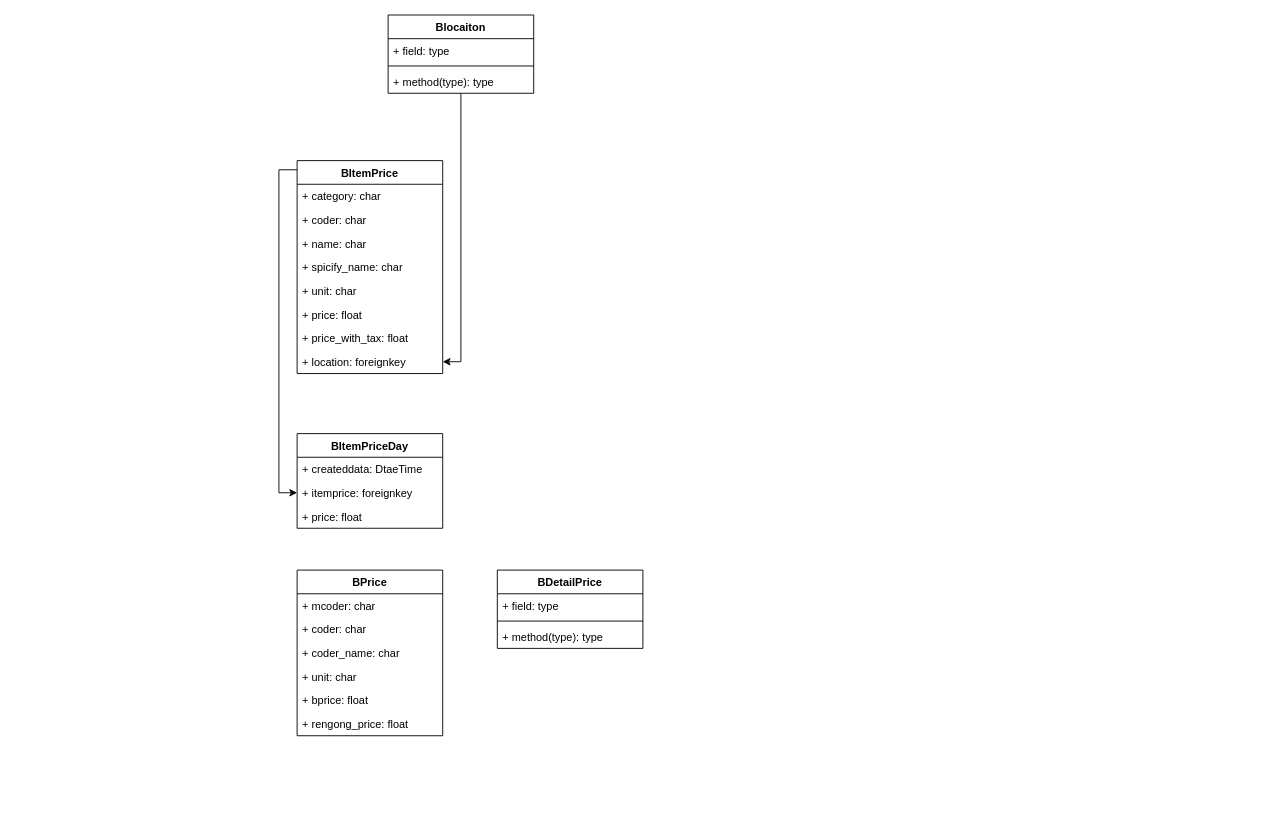
Earlier version of the draw.io diagram CaiLiaoPrice.drawio (gaochaowyq/MinderGraph). Source tidied: cells renumbered, new cells numbered last; positions are measured from the earlier drawing's top-left corner, leaving out a move shared by most shapes. Both pictures are drawn from the tidied source at 91%, with x=0, y=0 at pixel (297, 15).
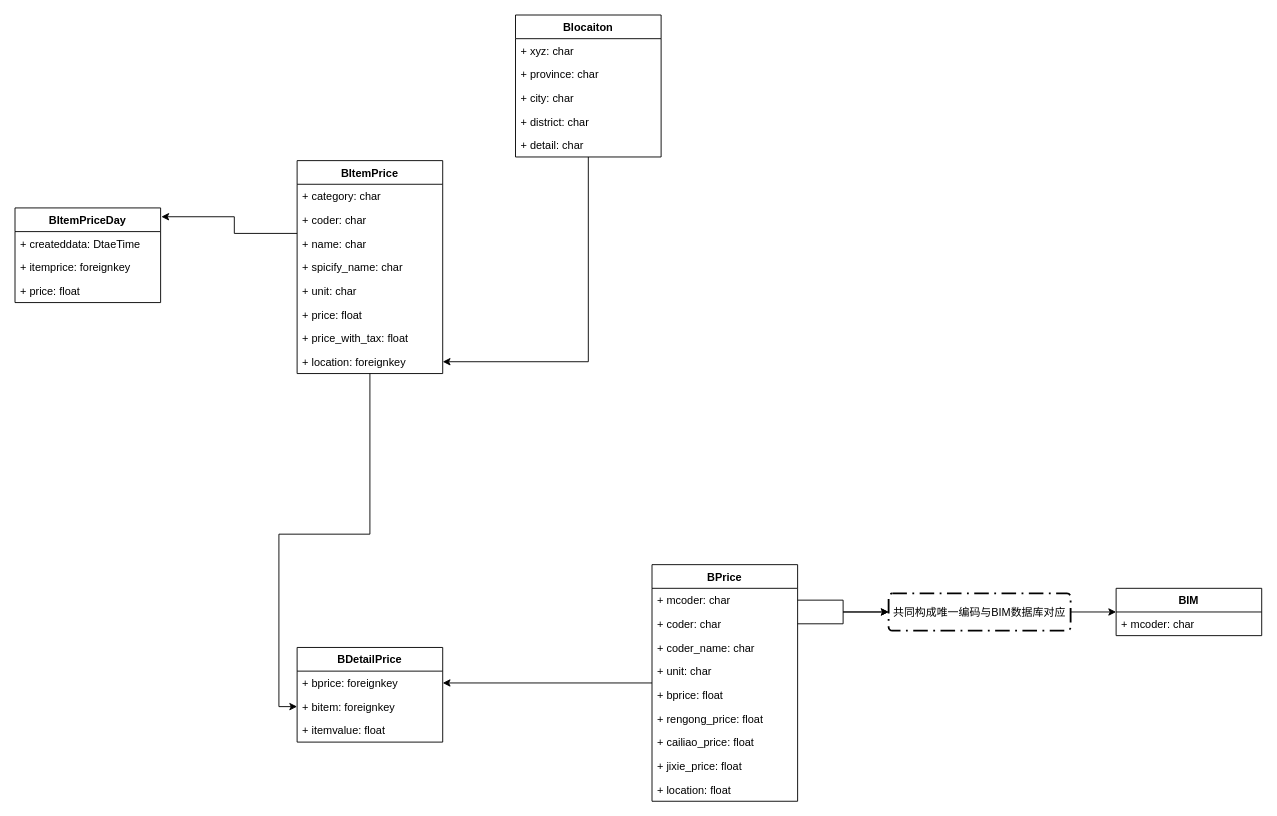
After the change.

The change refers to these unchanged cells:
```xml
<mxCell id="8" value="BItemPrice" style="swimlane;fontStyle=1;align=center;verticalAlign=top;horizontal=1;startSize=26;" parent="1" vertex="1">
  <mxGeometry y="160" width="160" height="234" as="geometry" />
</mxCell>
<mxCell id="19" value="+ itemprice: foreignkey" style="text;strokeColor=none;fillColor=none;align=left;verticalAlign=top;spacingLeft=4;spacingRight=4;overflow=hidden;points=[[0,0.5],[1,0.5]];portConstraint=eastwest;" parent="17" vertex="1">
  <mxGeometry y="52" width="160" height="26" as="geometry" />
</mxCell>
<mxCell id="22" value="+ mcoder: char" style="text;strokeColor=none;fillColor=none;align=left;verticalAlign=top;spacingLeft=4;spacingRight=4;overflow=hidden;points=[[0,0.5],[1,0.5]];portConstraint=eastwest;" parent="21" vertex="1">
  <mxGeometry y="26" width="160" height="26" as="geometry" />
</mxCell>
<mxCell id="23" value="+ coder: char" style="text;strokeColor=none;fillColor=none;align=left;verticalAlign=top;spacingLeft=4;spacingRight=4;overflow=hidden;points=[[0,0.5],[1,0.5]];portConstraint=eastwest;" parent="21" vertex="1">
  <mxGeometry y="52" width="160" height="26" as="geometry" />
</mxCell>
```

What changed in the source:
```diff
@@
     <mxCell id="3" value="Blocaiton" style="swimlane;fontStyle=1;align=center;verticalAlign=top;horizontal=1;startSize=26;" parent="1" vertex="1">
-      <mxGeometry x="100" width="160" height="86" as="geometry" />
+      <mxGeometry x="240" width="160" height="156" as="geometry" />
     </mxCell>
-    <mxCell id="4" value="+ field: type" style="text;strokeColor=none;fillColor=none;align=left;verticalAlign=top;spacingLeft=4;spacingRight=4;overflow=hidden;" parent="3" vertex="1">
+    <mxCell id="4" value="+ xyz: char" style="text;strokeColor=none;fillColor=none;align=left;verticalAlign=top;spacingLeft=4;spacingRight=4;overflow=hidden;" parent="3" vertex="1">
       <mxGeometry y="26" width="160" height="26" as="geometry" />
     </mxCell>
-    <mxCell id="5" style="line;strokeWidth=1;fillColor=none;align=left;verticalAlign=middle;spacingTop=-1;spacingLeft=3;spacingRight=3;labelPosition=right;" parent="3" vertex="1">
-      <mxGeometry y="52" width="160" height="8" as="geometry" />
-    </mxCell>
-    <mxCell id="6" value="+ method(type): type" style="text;strokeColor=none;fillColor=none;align=left;verticalAlign=top;spacingLeft=4;spacingRight=4;overflow=hidden;" parent="3" vertex="1">
-      <mxGeometry y="60" width="160" height="26" as="geometry" />
-    </mxCell>
+    <mxCell id="32" value="+ province: char" style="text;strokeColor=none;fillColor=none;align=left;verticalAlign=top;spacingLeft=4;spacingRight=4;overflow=hidden;" parent="3" vertex="1">
+      <mxGeometry y="52" width="160" height="26" as="geometry" />
+    </mxCell>
+    <mxCell id="33" value="+ city: char" style="text;strokeColor=none;fillColor=none;align=left;verticalAlign=top;spacingLeft=4;spacingRight=4;overflow=hidden;" parent="3" vertex="1">
+      <mxGeometry y="78" width="160" height="26" as="geometry" />
+    </mxCell>
+    <mxCell id="34" value="+ district: char" style="text;strokeColor=none;fillColor=none;align=left;verticalAlign=top;spacingLeft=4;spacingRight=4;overflow=hidden;" parent="3" vertex="1">
+      <mxGeometry y="104" width="160" height="26" as="geometry" />
+    </mxCell>
+    <mxCell id="35" value="+ detail: char" style="text;strokeColor=none;fillColor=none;align=left;verticalAlign=top;spacingLeft=4;spacingRight=4;overflow=hidden;" parent="3" vertex="1">
+      <mxGeometry y="130" width="160" height="26" as="geometry" />
+    </mxCell>
-    <mxCell id="7" style="edgeStyle=orthogonalEdgeStyle;rounded=0;jettySize=auto;html=1;entryX=0;entryY=0.5;entryDx=0;entryDy=0;exitX=0;exitY=0.043;exitDx=0;exitDy=0;exitPerimeter=0;" parent="1" edge="1" source="8" target="19">
-      <mxGeometry relative="1" as="geometry" />
+    <mxCell id="7" style="edgeStyle=orthogonalEdgeStyle;rounded=0;jettySize=auto;html=1;entryX=1.005;entryY=0.093;entryDx=0;entryDy=0;entryPerimeter=0;" parent="1" edge="1" source="8" target="17">
+      <mxGeometry relative="1" as="geometry">
+        <Array as="points">
+          <mxPoint x="-69" y="240" />
+        </Array>
+      </mxGeometry>
     </mxCell>
@@
+    <mxCell id="36" style="edgeStyle=orthogonalEdgeStyle;rounded=0;jettySize=auto;html=1;entryX=0;entryY=0.5;entryDx=0;entryDy=0;" parent="1" edge="1" source="8" target="41">
+      <mxGeometry relative="1" as="geometry" />
+    </mxCell>
     <mxCell id="17" value="BItemPriceDay" style="swimlane;fontStyle=1;align=center;verticalAlign=top;horizontal=1;startSize=26;" parent="1" vertex="1">
-      <mxGeometry y="460" width="160" height="104" as="geometry" />
+      <mxGeometry x="-310" y="212" width="160" height="104" as="geometry" />
     </mxCell>
@@
+    <mxCell id="37" style="edgeStyle=orthogonalEdgeStyle;rounded=0;jettySize=auto;html=1;" parent="1" edge="1" source="21" target="29">
+      <mxGeometry relative="1" as="geometry" />
+    </mxCell>
     <mxCell id="21" value="BPrice" style="swimlane;fontStyle=1;align=center;verticalAlign=top;horizontal=1;startSize=26;" parent="1" vertex="1">
-      <mxGeometry y="610" width="160" height="182" as="geometry" />
+      <mxGeometry x="390" y="604" width="160" height="260" as="geometry" />
     </mxCell>
@@
+    <mxCell id="38" value="+ cailiao_price: float" style="text;strokeColor=none;fillColor=none;align=left;verticalAlign=top;spacingLeft=4;spacingRight=4;overflow=hidden;" parent="21" vertex="1">
+      <mxGeometry y="182" width="160" height="26" as="geometry" />
+    </mxCell>
+    <mxCell id="39" value="+ jixie_price: float" style="text;strokeColor=none;fillColor=none;align=left;verticalAlign=top;spacingLeft=4;spacingRight=4;overflow=hidden;" parent="21" vertex="1">
+      <mxGeometry y="208" width="160" height="26" as="geometry" />
+    </mxCell>
+    <mxCell id="40" value="+ location: float" style="text;strokeColor=none;fillColor=none;align=left;verticalAlign=top;spacingLeft=4;spacingRight=4;overflow=hidden;" parent="21" vertex="1">
+      <mxGeometry y="234" width="160" height="26" as="geometry" />
+    </mxCell>
     <mxCell id="28" value="BDetailPrice" style="swimlane;fontStyle=1;align=center;verticalAlign=top;horizontal=1;startSize=26;" parent="1" vertex="1">
-      <mxGeometry x="220" y="610" width="160" height="86" as="geometry" />
+      <mxGeometry y="695" width="160" height="104" as="geometry" />
     </mxCell>
-    <mxCell id="29" value="+ field: type" style="text;strokeColor=none;fillColor=none;align=left;verticalAlign=top;spacingLeft=4;spacingRight=4;overflow=hidden;points=[[0,0.5],[1,0.5]];portConstraint=eastwest;" parent="28" vertex="1">
+    <mxCell id="29" value="+ bprice: foreignkey" style="text;strokeColor=none;fillColor=none;align=left;verticalAlign=top;spacingLeft=4;spacingRight=4;overflow=hidden;points=[[0,0.5],[1,0.5]];portConstraint=eastwest;" parent="28" vertex="1">
       <mxGeometry y="26" width="160" height="26" as="geometry" />
     </mxCell>
-    <mxCell id="30" style="line;strokeWidth=1;fillColor=none;align=left;verticalAlign=middle;spacingTop=-1;spacingLeft=3;spacingRight=3;labelPosition=right;" parent="28" vertex="1">
-      <mxGeometry y="52" width="160" height="8" as="geometry" />
-    </mxCell>
-    <mxCell id="31" value="+ method(type): type" style="text;strokeColor=none;fillColor=none;align=left;verticalAlign=top;spacingLeft=4;spacingRight=4;overflow=hidden;" parent="28" vertex="1">
-      <mxGeometry y="60" width="160" height="26" as="geometry" />
-    </mxCell>
+    <mxCell id="41" value="+ bitem: foreignkey" style="text;strokeColor=none;fillColor=none;align=left;verticalAlign=top;spacingLeft=4;spacingRight=4;overflow=hidden;points=[[0,0.5],[1,0.5]];portConstraint=eastwest;" parent="28" vertex="1">
+      <mxGeometry y="52" width="160" height="26" as="geometry" />
+    </mxCell>
+    <mxCell id="42" value="+ itemvalue: float" style="text;strokeColor=none;fillColor=none;align=left;verticalAlign=top;spacingLeft=4;spacingRight=4;overflow=hidden;" parent="28" vertex="1">
+      <mxGeometry y="78" width="160" height="26" as="geometry" />
+    </mxCell>
+    <mxCell id="43" style="edgeStyle=orthogonalEdgeStyle;rounded=0;jettySize=auto;html=1;" parent="1" edge="1" source="44" target="47">
+      <mxGeometry relative="1" as="geometry" />
+    </mxCell>
+    <mxCell id="44" value="共同构成唯一编码与BIM数据库对应" style="rounded=1;arcSize=10;dashed=1;strokeColor=#000000;fillColor=none;gradientColor=none;dashPattern=8 3 1 3;strokeWidth=2;" parent="1" vertex="1">
+      <mxGeometry x="650" y="635.5" width="200" height="41" as="geometry" />
+    </mxCell>
+    <mxCell id="45" style="edgeStyle=orthogonalEdgeStyle;rounded=0;jettySize=auto;html=1;entryX=0;entryY=0.5;entryDx=0;entryDy=0;" parent="1" edge="1" source="23" target="44">
+      <mxGeometry relative="1" as="geometry" />
+    </mxCell>
+    <mxCell id="46" style="edgeStyle=orthogonalEdgeStyle;rounded=0;jettySize=auto;html=1;entryX=0;entryY=0.5;entryDx=0;entryDy=0;" parent="1" edge="1" source="22" target="44">
+      <mxGeometry relative="1" as="geometry" />
+    </mxCell>
+    <mxCell id="47" value="BIM" style="swimlane;fontStyle=1;align=center;verticalAlign=top;horizontal=1;startSize=26;" parent="1" vertex="1">
+      <mxGeometry x="900" y="630" width="160" height="52" as="geometry" />
+    </mxCell>
+    <mxCell id="48" value="+ mcoder: char" style="text;strokeColor=none;fillColor=none;align=left;verticalAlign=top;spacingLeft=4;spacingRight=4;overflow=hidden;" parent="47" vertex="1">
+      <mxGeometry y="26" width="160" height="26" as="geometry" />
+    </mxCell>
```
